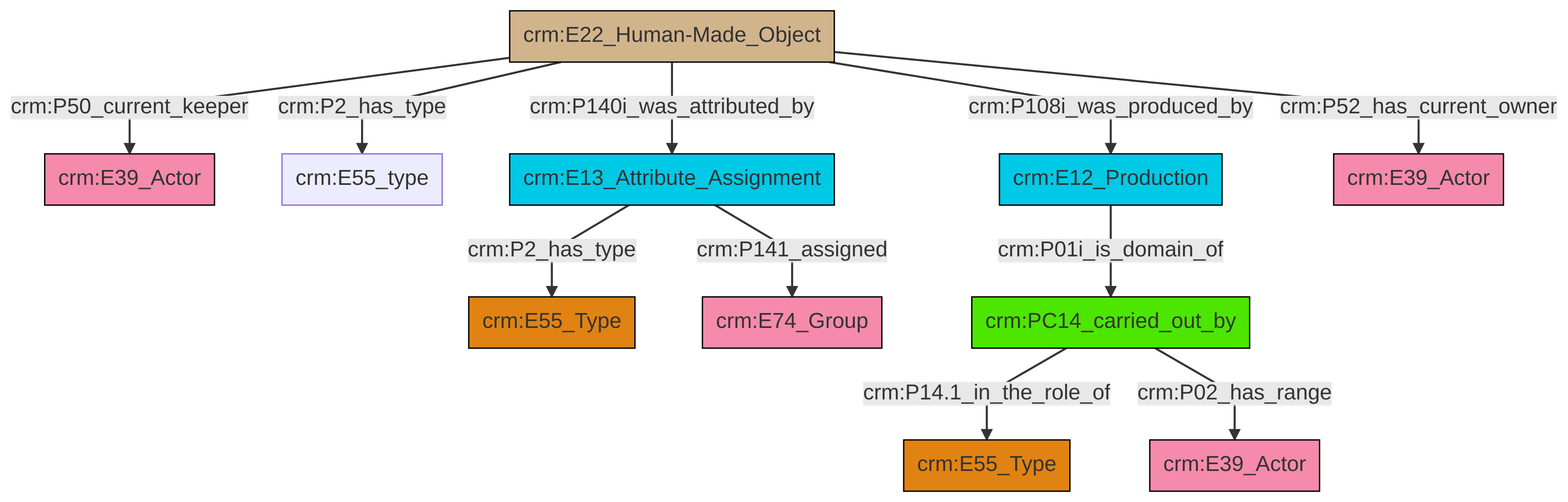
The Mermaid diagram et/artworkCSV/ttl/mmd/png/Artwork_Actor_Relations.png in swiss-art-research-net/reference-data-models, before a commit. Its source is kept beside it as et/artworkCSV/ttl/mmd/Artwork_Actor_Relations.ttl.mmd.
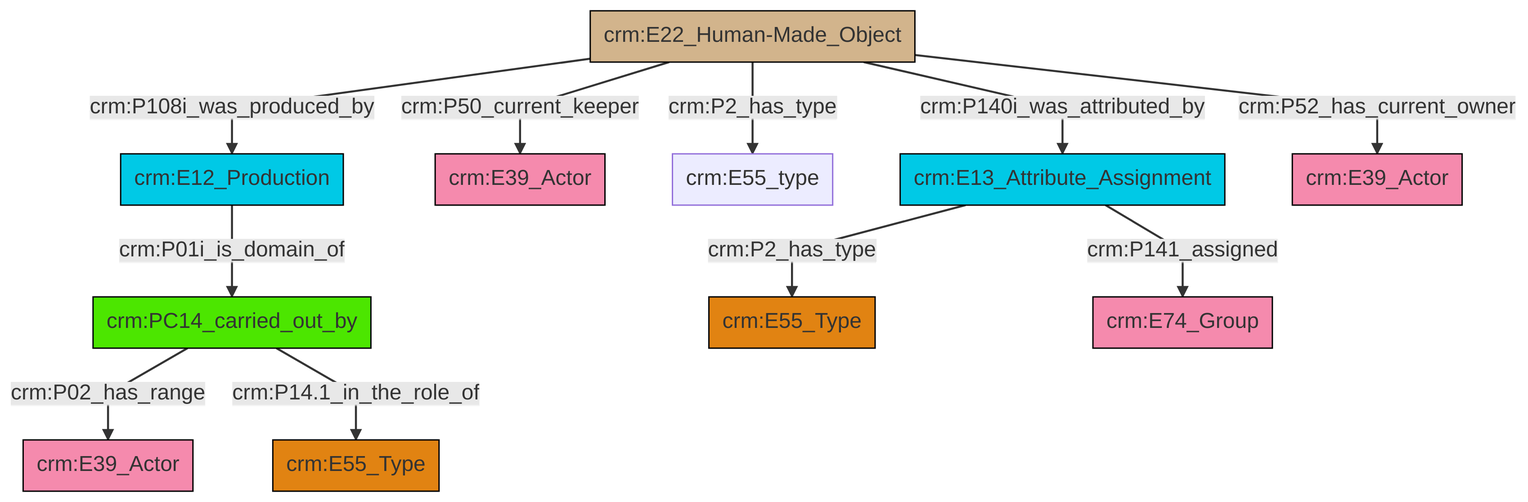
After the commit.

The edit, as a diff of the source:
```diff
@@ -13,13 +13,13 @@
 classDef PC_Classes fill:#4ce600, stroke:#000000;
 classDef Multi fill:#cccccc,stroke:#000000;
 
-2["crm:E22_Human-Made_Object"]:::Physical_Thing -->|crm:P50_current_keeper| 3["crm:E39_Actor"]:::Actor
-2["crm:E22_Human-Made_Object"]:::Physical_Thing -->|crm:P2_has_type| 6["crm:E55_type"]:::Default
-2["crm:E22_Human-Made_Object"]:::Physical_Thing -->|crm:P140i_was_attributed_by| 9["crm:E13_Attribute_Assignment"]:::Temporal_Entity
-9["crm:E13_Attribute_Assignment"]:::Temporal_Entity -->|crm:P2_has_type| 10["crm:E55_Type"]:::Type
-2["crm:E22_Human-Made_Object"]:::Physical_Thing -->|crm:P52_has_current_owner| 12["crm:E39_Actor"]:::Actor
-9["crm:E13_Attribute_Assignment"]:::Temporal_Entity -->|crm:P141_assigned| 13["crm:E74_Group"]:::Actor
-15["crm:PC14_carried_out_by"]:::PC_Classes -->|crm:P14.1_in_the_role_of| 4["crm:E55_Type"]:::Type
-2["crm:E22_Human-Made_Object"]:::Physical_Thing -->|crm:P108i_was_produced_by| 7["crm:E12_Production"]:::Temporal_Entity
-7["crm:E12_Production"]:::Temporal_Entity -->|crm:P01i_is_domain_of| 15["crm:PC14_carried_out_by"]:::PC_Classes
-15["crm:PC14_carried_out_by"]:::PC_Classes -->|crm:P02_has_range| 0["crm:E39_Actor"]:::Actor
+0["crm:E22_Human-Made_Object"]:::Physical_Thing -->|crm:P140i_was_attributed_by| 1["crm:E13_Attribute_Assignment"]:::Temporal_Entity
+0["crm:E22_Human-Made_Object"]:::Physical_Thing -->|crm:P50_current_keeper| 2["crm:E39_Actor"]:::Actor
+4["crm:PC14_carried_out_by"]:::PC_Classes -->|crm:P02_has_range| 5["crm:E39_Actor"]:::Actor
+0["crm:E22_Human-Made_Object"]:::Physical_Thing -->|crm:P52_has_current_owner| 18["crm:E39_Actor"]:::Actor
+16["crm:E12_Production"]:::Temporal_Entity -->|crm:P01i_is_domain_of| 4["crm:PC14_carried_out_by"]:::PC_Classes
+1["crm:E13_Attribute_Assignment"]:::Temporal_Entity -->|crm:P2_has_type| 8["crm:E55_Type"]:::Type
+4["crm:PC14_carried_out_by"]:::PC_Classes -->|crm:P14.1_in_the_role_of| 6["crm:E55_Type"]:::Type
+0["crm:E22_Human-Made_Object"]:::Physical_Thing -->|crm:P108i_was_produced_by| 16["crm:E12_Production"]:::Temporal_Entity
+0["crm:E22_Human-Made_Object"]:::Physical_Thing -->|crm:P2_has_type| 14["crm:E55_type"]:::Default
+1["crm:E13_Attribute_Assignment"]:::Temporal_Entity -->|crm:P141_assigned| 11["crm:E74_Group"]:::Actor
```
